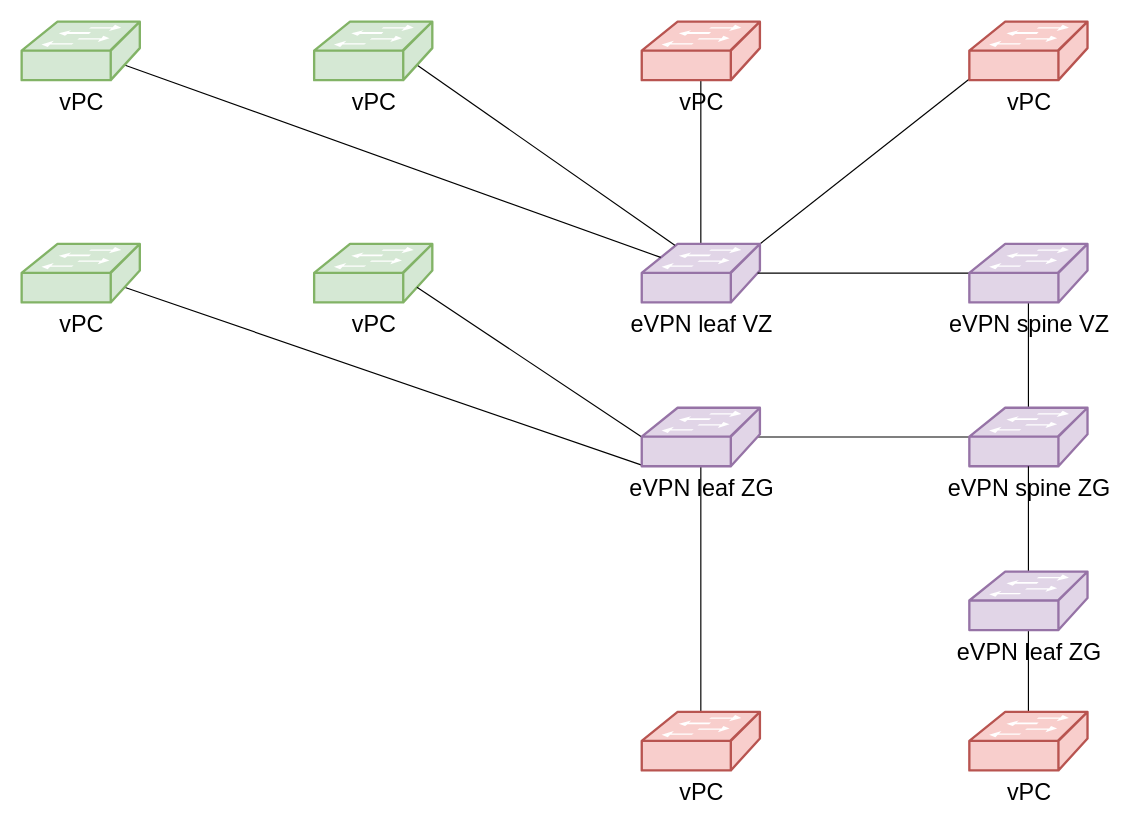
The draw.io diagram Copy of DCnow.drawio in Kublach/OpenWRT, before the edit. Source tidied: cells renumbered, new cells numbered last; positions are measured from the earlier drawing's top-left corner, leaving out a move shared by most shapes. Both pictures are drawn from the tidied source at 117%, with x=0, y=0 at pixel (21, 21).
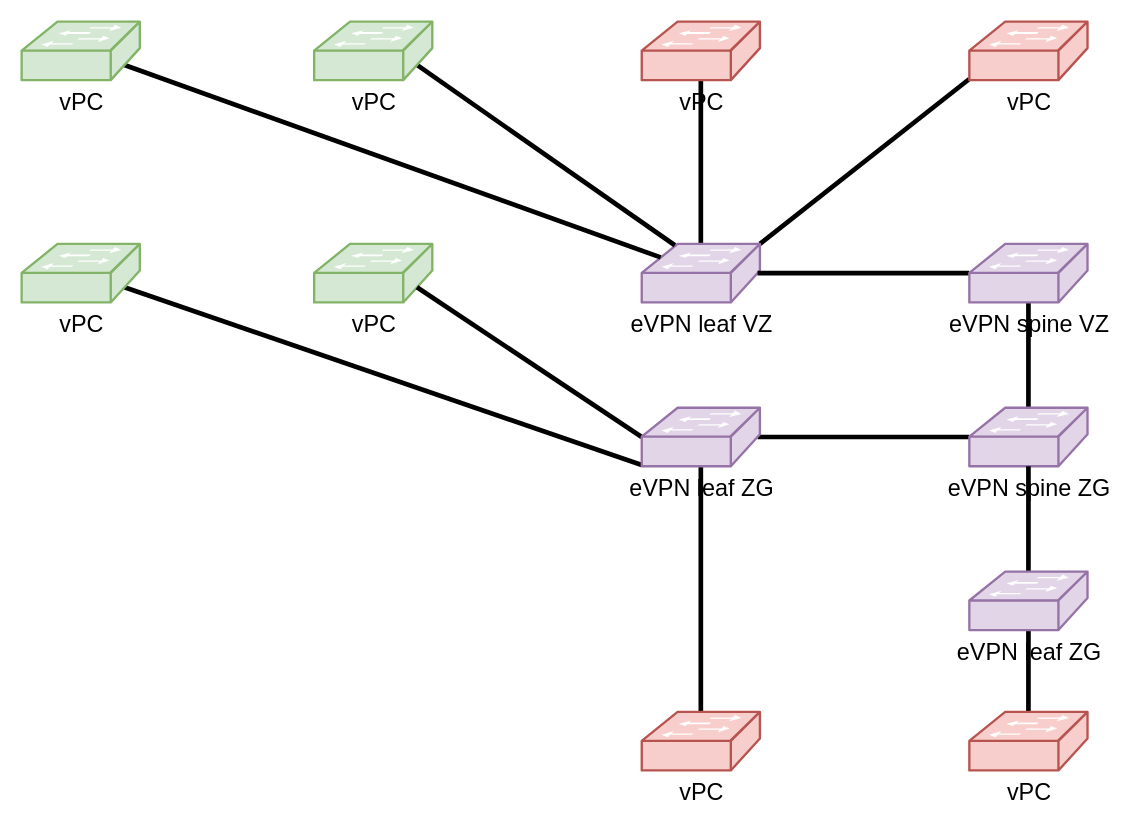
After the change.

The change refers to these unchanged cells:
```xml
<mxCell id="4" value="vPC" style="shape=mxgraph.cisco.switches.workgroup_switch;html=1;dashed=0;fillColor=#f8cecc;strokeColor=#b85450;strokeWidth=2;verticalLabelPosition=bottom;verticalAlign=top;fontFamily=Helvetica;fontSize=20;" parent="1" vertex="1">
  <mxGeometry x="810" y="590" width="101" height="50" as="geometry" />
</mxCell>
<mxCell id="6" value="vPC" style="shape=mxgraph.cisco.switches.workgroup_switch;html=1;dashed=0;fillColor=#f8cecc;strokeColor=#b85450;strokeWidth=2;verticalLabelPosition=bottom;verticalAlign=top;fontFamily=Helvetica;fontSize=20;" parent="1" vertex="1">
  <mxGeometry x="530" y="590" width="101" height="50" as="geometry" />
</mxCell>
<mxCell id="7" value="vPC" style="shape=mxgraph.cisco.switches.workgroup_switch;html=1;dashed=0;fillColor=#d5e8d4;strokeColor=#82b366;strokeWidth=2;verticalLabelPosition=bottom;verticalAlign=top;fontFamily=Helvetica;fontSize=20;" parent="1" vertex="1">
  <mxGeometry y="190" width="101" height="50" as="geometry" />
</mxCell>
<mxCell id="8" value="vPC" style="shape=mxgraph.cisco.switches.workgroup_switch;html=1;dashed=0;fillColor=#d5e8d4;strokeColor=#82b366;strokeWidth=2;verticalLabelPosition=bottom;verticalAlign=top;fontFamily=Helvetica;fontSize=20;" parent="1" vertex="1">
  <mxGeometry x="250" y="190" width="101" height="50" as="geometry" />
</mxCell>
<mxCell id="11" value="eVPN leaf ZG" style="shape=mxgraph.cisco.switches.workgroup_switch;html=1;dashed=0;fillColor=#e1d5e7;strokeColor=#9673a6;strokeWidth=2;verticalLabelPosition=bottom;verticalAlign=top;fontFamily=Helvetica;fontSize=20;" parent="1" vertex="1">
  <mxGeometry x="530" y="330" width="101" height="50" as="geometry" />
</mxCell>
<mxCell id="13" value="eVPN spine ZG" style="shape=mxgraph.cisco.switches.workgroup_switch;html=1;dashed=0;fillColor=#e1d5e7;strokeColor=#9673a6;strokeWidth=2;verticalLabelPosition=bottom;verticalAlign=top;fontFamily=Helvetica;fontSize=20;" parent="1" vertex="1">
  <mxGeometry x="810" y="330" width="101" height="50" as="geometry" />
</mxCell>
<mxCell id="16" value="eVPN leaf VZ" style="shape=mxgraph.cisco.switches.workgroup_switch;html=1;dashed=0;fillColor=#e1d5e7;strokeColor=#9673a6;strokeWidth=2;verticalLabelPosition=bottom;verticalAlign=top;fontFamily=Helvetica;fontSize=20;" parent="1" vertex="1">
  <mxGeometry x="530" y="190" width="101" height="50" as="geometry" />
</mxCell>
<mxCell id="18" value="eVPN spine VZ" style="shape=mxgraph.cisco.switches.workgroup_switch;html=1;dashed=0;fillColor=#e1d5e7;strokeColor=#9673a6;strokeWidth=2;verticalLabelPosition=bottom;verticalAlign=top;fontFamily=Helvetica;fontSize=20;" parent="1" vertex="1">
  <mxGeometry x="810" y="190" width="101" height="50" as="geometry" />
</mxCell>
<mxCell id="20" value="vPC" style="shape=mxgraph.cisco.switches.workgroup_switch;html=1;dashed=0;fillColor=#d5e8d4;strokeColor=#82b366;strokeWidth=2;verticalLabelPosition=bottom;verticalAlign=top;fontFamily=Helvetica;fontSize=20;" parent="1" vertex="1">
  <mxGeometry x="250" width="101" height="50" as="geometry" />
</mxCell>
<mxCell id="22" value="vPC" style="shape=mxgraph.cisco.switches.workgroup_switch;html=1;dashed=0;fillColor=#d5e8d4;strokeColor=#82b366;strokeWidth=2;verticalLabelPosition=bottom;verticalAlign=top;fontFamily=Helvetica;fontSize=20;" parent="1" vertex="1">
  <mxGeometry width="101" height="50" as="geometry" />
</mxCell>
<mxCell id="23" value="vPC" style="shape=mxgraph.cisco.switches.workgroup_switch;html=1;dashed=0;fillColor=#f8cecc;strokeColor=#b85450;strokeWidth=2;verticalLabelPosition=bottom;verticalAlign=top;fontFamily=Helvetica;fontSize=20;" parent="1" vertex="1">
  <mxGeometry x="530" width="101" height="50" as="geometry" />
</mxCell>
<mxCell id="24" value="vPC" style="shape=mxgraph.cisco.switches.workgroup_switch;html=1;dashed=0;fillColor=#f8cecc;strokeColor=#b85450;strokeWidth=2;verticalLabelPosition=bottom;verticalAlign=top;fontFamily=Helvetica;fontSize=20;" parent="1" vertex="1">
  <mxGeometry x="810" width="101" height="50" as="geometry" />
</mxCell>
<mxCell id="26" value="eVPN leaf ZG" style="shape=mxgraph.cisco.switches.workgroup_switch;html=1;dashed=0;fillColor=#e1d5e7;strokeColor=#9673a6;strokeWidth=2;verticalLabelPosition=bottom;verticalAlign=top;fontFamily=Helvetica;fontSize=20;" parent="1" vertex="1">
  <mxGeometry x="810" y="470" width="101" height="50" as="geometry" />
</mxCell>
```

Diff of the diagram source:
```diff
@@
-    <mxCell id="2" style="edgeStyle=none;rounded=0;jettySize=auto;html=1;exitX=0;exitY=0.98;exitDx=0;exitDy=0;exitPerimeter=0;endArrow=none;endFill=0;entryX=0.87;entryY=0.74;entryDx=0;entryDy=0;entryPerimeter=0;" parent="1" edge="1" source="11" target="7">
+    <mxCell id="2" style="edgeStyle=none;rounded=0;jettySize=auto;html=1;exitX=0;exitY=0.98;exitDx=0;exitDy=0;exitPerimeter=0;endArrow=none;endFill=0;entryX=0.87;entryY=0.74;entryDx=0;entryDy=0;entryPerimeter=0;strokeWidth=4;" parent="1" edge="1" source="11" target="7">
       <mxGeometry relative="1" as="geometry" />
     </mxCell>
-    <mxCell id="3" style="edgeStyle=none;rounded=0;jettySize=auto;html=1;exitX=0.5;exitY=0;exitDx=0;exitDy=0;exitPerimeter=0;entryX=0.5;entryY=0.98;entryDx=0;entryDy=0;entryPerimeter=0;endArrow=none;endFill=0;" parent="1" edge="1" source="4" target="26">
+    <mxCell id="3" style="edgeStyle=none;rounded=0;jettySize=auto;html=1;exitX=0.5;exitY=0;exitDx=0;exitDy=0;exitPerimeter=0;entryX=0.5;entryY=0.98;entryDx=0;entryDy=0;entryPerimeter=0;endArrow=none;endFill=0;strokeWidth=4;" parent="1" edge="1" source="4" target="26">
       <mxGeometry relative="1" as="geometry" />
     </mxCell>
@@
-    <mxCell id="5" style="edgeStyle=orthogonalEdgeStyle;rounded=0;jettySize=auto;html=1;exitX=0.5;exitY=0;exitDx=0;exitDy=0;exitPerimeter=0;entryX=0.5;entryY=0.98;entryDx=0;entryDy=0;entryPerimeter=0;endArrow=none;endFill=0;" parent="1" edge="1" source="6" target="11">
+    <mxCell id="5" style="edgeStyle=orthogonalEdgeStyle;rounded=0;jettySize=auto;html=1;exitX=0.5;exitY=0;exitDx=0;exitDy=0;exitPerimeter=0;entryX=0.5;entryY=0.98;entryDx=0;entryDy=0;entryPerimeter=0;endArrow=none;endFill=0;strokeWidth=4;" parent="1" edge="1" source="6" target="11">
       <mxGeometry relative="1" as="geometry" />
     </mxCell>
@@
-    <mxCell id="9" style="edgeStyle=none;rounded=0;jettySize=auto;html=1;exitX=0.98;exitY=0.5;exitDx=0;exitDy=0;exitPerimeter=0;entryX=0;entryY=0.5;entryDx=0;entryDy=0;entryPerimeter=0;endArrow=none;endFill=0;" parent="1" edge="1" source="11" target="13">
+    <mxCell id="9" style="edgeStyle=none;rounded=0;jettySize=auto;html=1;exitX=0.98;exitY=0.5;exitDx=0;exitDy=0;exitPerimeter=0;entryX=0;entryY=0.5;entryDx=0;entryDy=0;entryPerimeter=0;endArrow=none;endFill=0;strokeWidth=4;" parent="1" edge="1" source="11" target="13">
       <mxGeometry relative="1" as="geometry" />
     </mxCell>
-    <mxCell id="10" style="edgeStyle=none;rounded=0;jettySize=auto;html=1;exitX=0;exitY=0.5;exitDx=0;exitDy=0;exitPerimeter=0;entryX=0.87;entryY=0.74;entryDx=0;entryDy=0;entryPerimeter=0;endArrow=none;endFill=0;" parent="1" edge="1" source="11" target="8">
+    <mxCell id="10" style="edgeStyle=none;rounded=0;jettySize=auto;html=1;exitX=0;exitY=0.5;exitDx=0;exitDy=0;exitPerimeter=0;entryX=0.87;entryY=0.74;entryDx=0;entryDy=0;entryPerimeter=0;endArrow=none;endFill=0;strokeWidth=4;" parent="1" edge="1" source="11" target="8">
       <mxGeometry relative="1" as="geometry" />
     </mxCell>
@@
-    <mxCell id="12" style="edgeStyle=none;rounded=0;jettySize=auto;html=1;exitX=0.5;exitY=0;exitDx=0;exitDy=0;exitPerimeter=0;entryX=0.5;entryY=0.98;entryDx=0;entryDy=0;entryPerimeter=0;endArrow=none;endFill=0;" parent="1" edge="1" source="13" target="18">
+    <mxCell id="12" style="edgeStyle=none;rounded=0;jettySize=auto;html=1;exitX=0.5;exitY=0;exitDx=0;exitDy=0;exitPerimeter=0;entryX=0.5;entryY=0.98;entryDx=0;entryDy=0;entryPerimeter=0;endArrow=none;endFill=0;strokeWidth=4;" parent="1" edge="1" source="13" target="18">
       <mxGeometry relative="1" as="geometry" />
     </mxCell>
@@
-    <mxCell id="14" style="edgeStyle=none;rounded=0;jettySize=auto;html=1;exitX=1;exitY=0;exitDx=0;exitDy=0;exitPerimeter=0;entryX=0;entryY=0.98;entryDx=0;entryDy=0;entryPerimeter=0;endArrow=none;endFill=0;" parent="1" edge="1" source="16" target="24">
+    <mxCell id="14" style="edgeStyle=none;rounded=0;jettySize=auto;html=1;exitX=1;exitY=0;exitDx=0;exitDy=0;exitPerimeter=0;entryX=0;entryY=0.98;entryDx=0;entryDy=0;entryPerimeter=0;endArrow=none;endFill=0;strokeWidth=4;" parent="1" edge="1" source="16" target="24">
       <mxGeometry relative="1" as="geometry" />
     </mxCell>
-    <mxCell id="15" style="edgeStyle=none;rounded=0;jettySize=auto;html=1;exitX=0.5;exitY=0;exitDx=0;exitDy=0;exitPerimeter=0;entryX=0.5;entryY=0.98;entryDx=0;entryDy=0;entryPerimeter=0;endArrow=none;endFill=0;" parent="1" edge="1" source="16" target="23">
+    <mxCell id="15" style="edgeStyle=none;rounded=0;jettySize=auto;html=1;exitX=0.5;exitY=0;exitDx=0;exitDy=0;exitPerimeter=0;entryX=0.5;entryY=0.98;entryDx=0;entryDy=0;entryPerimeter=0;endArrow=none;endFill=0;strokeWidth=4;" parent="1" edge="1" source="16" target="23">
       <mxGeometry relative="1" as="geometry" />
     </mxCell>
@@
-    <mxCell id="17" style="edgeStyle=none;rounded=0;jettySize=auto;html=1;exitX=0;exitY=0.5;exitDx=0;exitDy=0;exitPerimeter=0;entryX=0.98;entryY=0.5;entryDx=0;entryDy=0;entryPerimeter=0;endArrow=none;endFill=0;" parent="1" edge="1" source="18" target="16">
+    <mxCell id="17" style="edgeStyle=none;rounded=0;jettySize=auto;html=1;exitX=0;exitY=0.5;exitDx=0;exitDy=0;exitPerimeter=0;entryX=0.98;entryY=0.5;entryDx=0;entryDy=0;entryPerimeter=0;endArrow=none;endFill=0;strokeWidth=4;" parent="1" edge="1" source="18" target="16">
       <mxGeometry relative="1" as="geometry" />
     </mxCell>
@@
-    <mxCell id="19" style="edgeStyle=none;rounded=0;jettySize=auto;html=1;exitX=0.87;exitY=0.74;exitDx=0;exitDy=0;exitPerimeter=0;entryX=0.28;entryY=0.023;entryDx=0;entryDy=0;entryPerimeter=0;endArrow=none;endFill=0;" parent="1" edge="1" source="20" target="16">
+    <mxCell id="19" style="edgeStyle=none;rounded=0;jettySize=auto;html=1;exitX=0.87;exitY=0.74;exitDx=0;exitDy=0;exitPerimeter=0;entryX=0.28;entryY=0.023;entryDx=0;entryDy=0;entryPerimeter=0;endArrow=none;endFill=0;strokeWidth=4;" parent="1" edge="1" source="20" target="16">
       <mxGeometry relative="1" as="geometry" />
     </mxCell>
@@
-    <mxCell id="21" style="edgeStyle=none;rounded=0;jettySize=auto;html=1;exitX=0.87;exitY=0.74;exitDx=0;exitDy=0;exitPerimeter=0;entryX=0.16;entryY=0.23;entryDx=0;entryDy=0;entryPerimeter=0;endArrow=none;endFill=0;" parent="1" edge="1" source="22" target="16">
+    <mxCell id="21" style="edgeStyle=none;rounded=0;jettySize=auto;html=1;exitX=0.87;exitY=0.74;exitDx=0;exitDy=0;exitPerimeter=0;entryX=0.16;entryY=0.23;entryDx=0;entryDy=0;entryPerimeter=0;endArrow=none;endFill=0;strokeWidth=4;" parent="1" edge="1" source="22" target="16">
       <mxGeometry relative="1" as="geometry" />
     </mxCell>
@@
-    <mxCell id="25" style="edgeStyle=none;rounded=0;jettySize=auto;html=1;exitX=0.5;exitY=0;exitDx=0;exitDy=0;exitPerimeter=0;endArrow=none;endFill=0;" parent="1" edge="1" source="26" target="13">
+    <mxCell id="25" style="edgeStyle=none;rounded=0;jettySize=auto;html=1;exitX=0.5;exitY=0;exitDx=0;exitDy=0;exitPerimeter=0;endArrow=none;endFill=0;strokeWidth=4;" parent="1" edge="1" source="26" target="13">
       <mxGeometry relative="1" as="geometry" />
     </mxCell>
```
